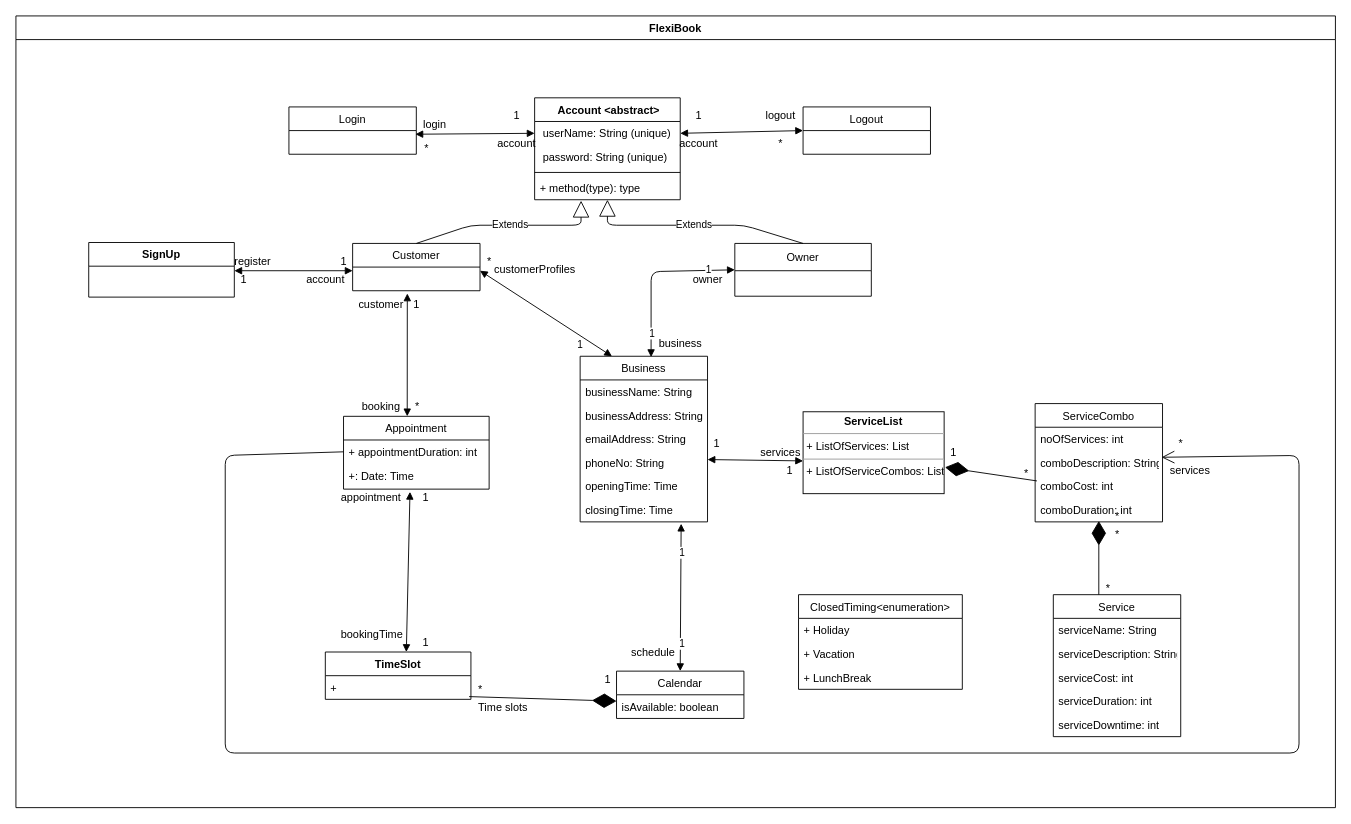
Above: FlexiBook.drawio in chivatam/FlexiBook (draw.io), before the change. Source tidied: cells renumbered, new cells numbered last; positions are measured from the earlier drawing's top-left corner, leaving out a move shared by most shapes. Both pictures are drawn from the tidied source at 91%, with x=0, y=0 at pixel (15, 15).
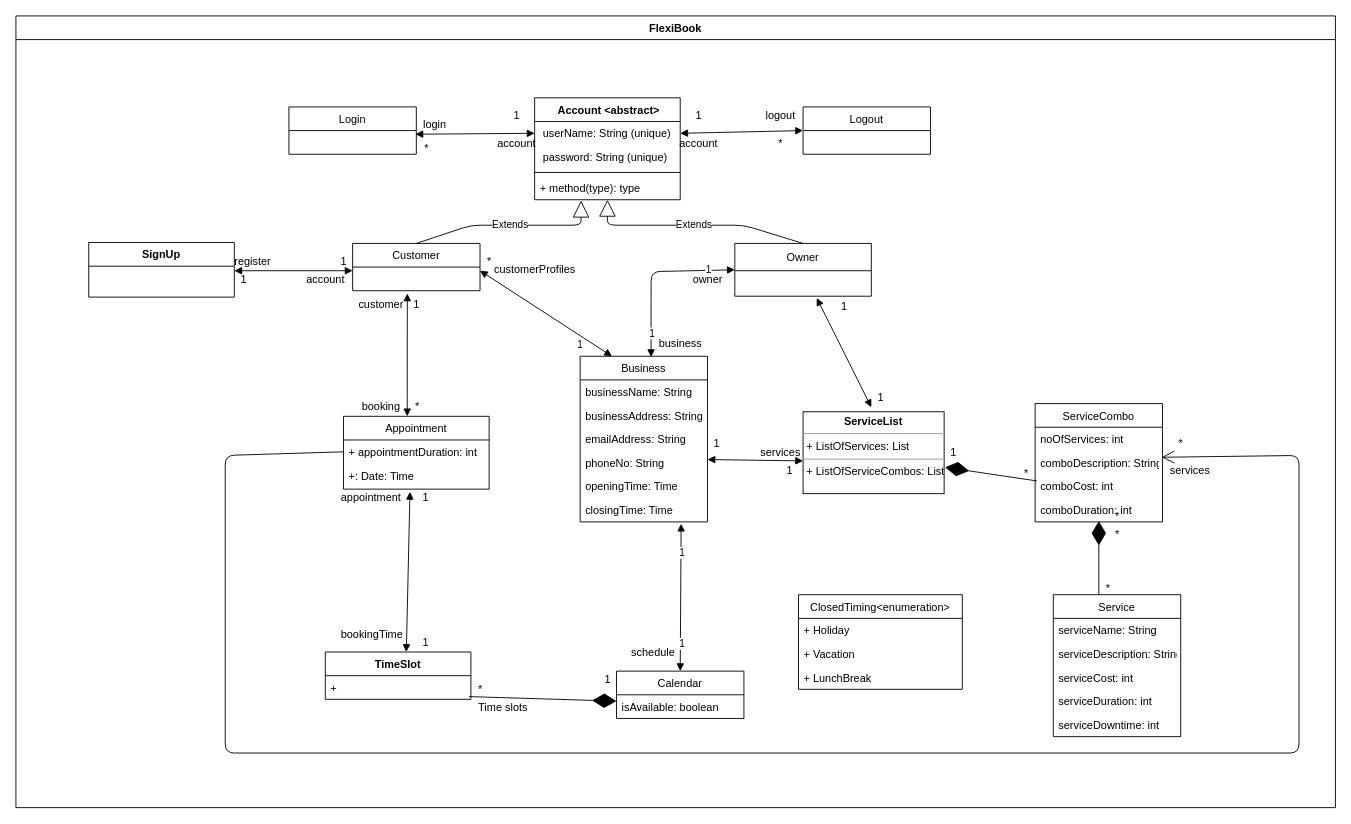
The same page after the edit.

What changed in the source:
```diff
@@
+    <mxCell id="101" style="endArrow=block;startArrow=block;endFill=1;startFill=1;html=1;" parent="1" edge="1">
+      <mxGeometry relative="1" as="geometry">
+        <mxPoint x="880" y="310" as="sourcePoint" />
+        <mxPoint x="940" y="430" as="targetPoint" />
+      </mxGeometry>
+    </mxCell>
+    <mxCell id="102" value="1" style="text;html=1;align=center;verticalAlign=middle;" parent="1" vertex="1">
+      <mxGeometry x="900" y="310" width="20" height="20" as="geometry" />
+    </mxCell>
+    <mxCell id="103" value="1" style="text;html=1;align=center;verticalAlign=middle;" parent="1" vertex="1">
+      <mxGeometry x="940" y="410" width="20" height="20" as="geometry" />
+    </mxCell>
```
